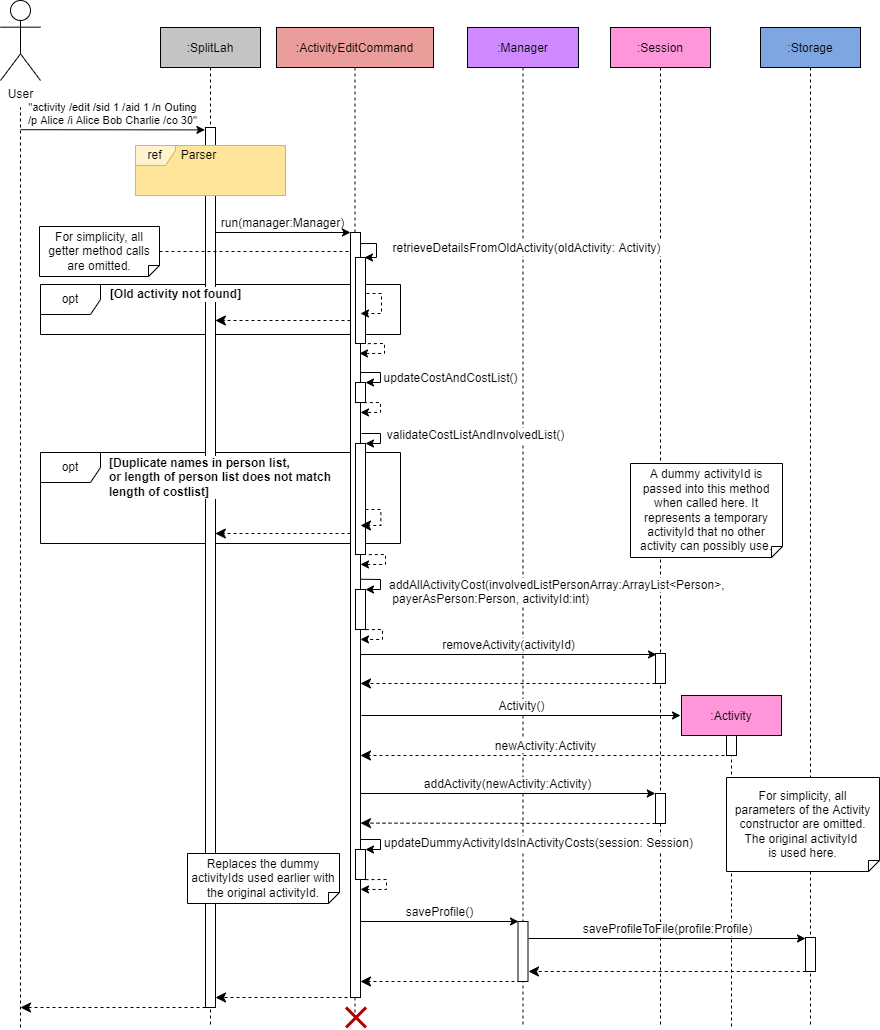
This is docs/images/developerguide/ActivityEditCommand.drawio.png from nus-cs2113-AY2122S2/tp, a draw.io export, as it was before one commit. Source tidied: cells renumbered, new cells last; positions are measured from the earlier drawing's top-left corner, leaving out a move shared by most shapes.
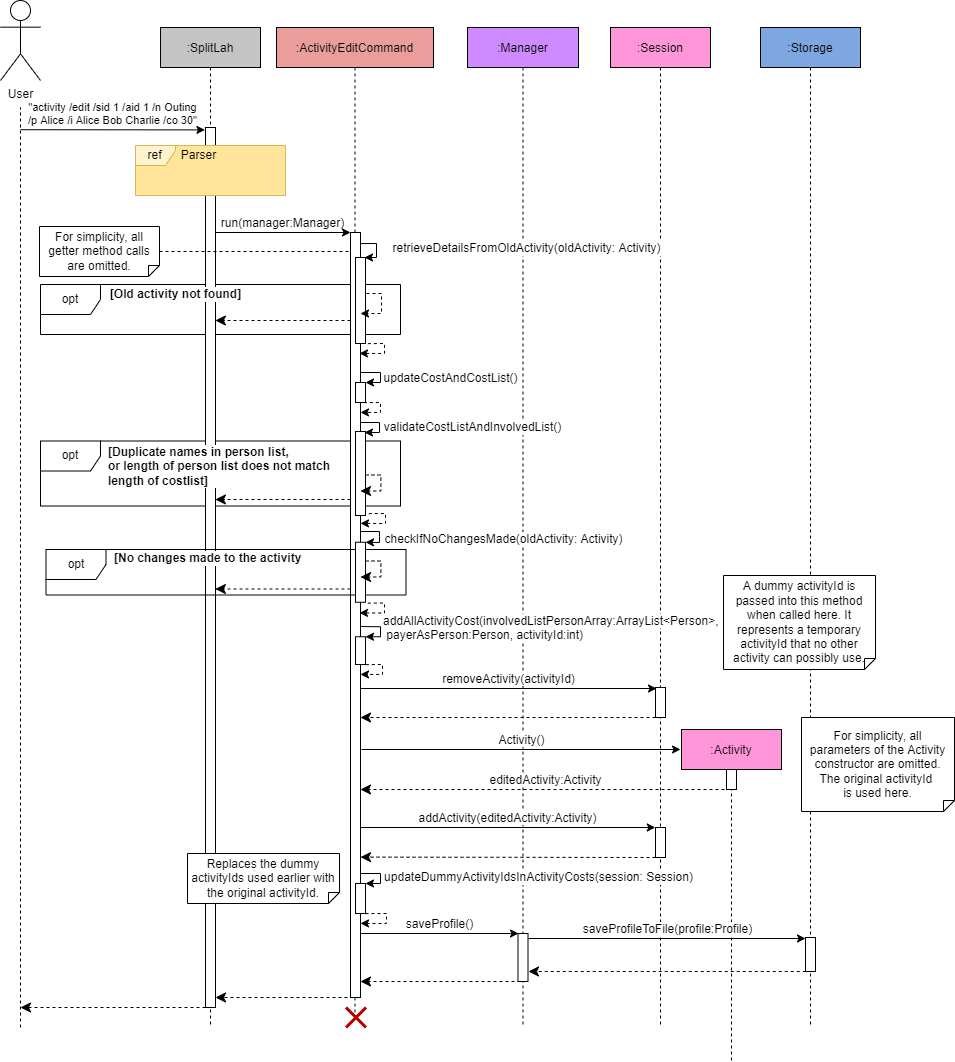
Later version of the same file.

Commit message:
Update sequence diagram

Change to the diagram source:
```diff
@@ -6,7 +6,7 @@
       <mxGeometry x="40" y="284" width="360" height="50" as="geometry" />
     </mxCell>
     <mxCell id="3" value="opt" style="shape=umlFrame;whiteSpace=wrap;html=1;labelBackgroundColor=default;labelBorderColor=none;" parent="1" vertex="1">
-      <mxGeometry x="40" y="452" width="360" height="91" as="geometry" />
+      <mxGeometry x="40" y="440.5" width="360" height="65" as="geometry" />
     </mxCell>
     <mxCell id="4" value=":Session" style="shape=umlLifeline;perimeter=lifelinePerimeter;rounded=0;shadow=0;strokeWidth=1;fillColor=#FF96D9;" parent="1" vertex="1">
       <mxGeometry x="610" y="27" width="100" height="1000" as="geometry" />
@@ -72,19 +72,19 @@
       <mxGeometry x="39" y="226" width="120" height="50" as="geometry" />
     </mxCell>
     <mxCell id="19" value="&lt;span style=&quot;color: rgb(0 , 0 , 0) ; font-family: &amp;#34;helvetica&amp;#34; ; font-size: 12px ; font-style: normal ; font-weight: 400 ; letter-spacing: normal ; text-align: center ; text-indent: 0px ; text-transform: none ; word-spacing: 0px ; background-color: rgb(255 , 255 , 255) ; display: inline ; float: none&quot;&gt;addAllActivityCost&lt;/span&gt;&lt;span style=&quot;color: rgb(0 , 0 , 0) ; font-family: &amp;#34;helvetica&amp;#34; ; font-size: 12px ; font-style: normal ; font-weight: 400 ; letter-spacing: normal ; text-align: center ; text-indent: 0px ; text-transform: none ; word-spacing: 0px ; background-color: rgb(255 , 255 , 255) ; display: inline ; float: none&quot;&gt;(involvedListPersonArray:ArrayList&amp;lt;Person&amp;gt;,&lt;/span&gt;&lt;br style=&quot;color: rgb(0 , 0 , 0) ; font-family: &amp;#34;helvetica&amp;#34; ; font-size: 12px ; font-style: normal ; font-weight: 400 ; letter-spacing: normal ; text-align: center ; text-indent: 0px ; text-transform: none ; word-spacing: 0px ; background-color: rgb(255 , 255 , 255)&quot;&gt;&lt;span style=&quot;color: rgb(0 , 0 , 0) ; font-family: &amp;#34;helvetica&amp;#34; ; font-size: 12px ; font-style: normal ; font-weight: 400 ; letter-spacing: normal ; text-align: center ; text-indent: 0px ; text-transform: none ; word-spacing: 0px ; background-color: rgb(255 , 255 , 255) ; display: inline ; float: none&quot;&gt;&amp;nbsp;payerAsPerson:Person, activityId:int)&lt;/span&gt;" style="text;whiteSpace=wrap;html=1;" parent="1" vertex="1">
-      <mxGeometry x="387" y="571" width="400" height="40" as="geometry" />
+      <mxGeometry x="381" y="607" width="400" height="40" as="geometry" />
     </mxCell>
     <mxCell id="20" value="&lt;b&gt;&lt;font style=&quot;font-size: 12px&quot;&gt;[Old activity not found]&lt;/font&gt;&lt;/b&gt;" style="text;html=1;align=center;verticalAlign=middle;strokeColor=none;fillColor=none;labelBackgroundColor=default;" parent="1" vertex="1">
       <mxGeometry x="100" y="284" width="150" height="20" as="geometry" />
     </mxCell>
     <mxCell id="21" value="&lt;font style=&quot;font-size: 12px&quot;&gt;validateCostListAndInvolvedList()&lt;/font&gt;" style="text;html=1;align=center;verticalAlign=middle;strokeColor=none;fillColor=none;fontSize=9;labelBorderColor=none;labelBackgroundColor=default;" parent="1" vertex="1">
-      <mxGeometry x="381" y="427" width="187" height="16" as="geometry" />
+      <mxGeometry x="378" y="419" width="187" height="16" as="geometry" />
     </mxCell>
     <mxCell id="22" value="A dummy activityId is passed into this method when called here. It represents a temporary activityId that no other activity can possibly use." style="shape=note;size=11;whiteSpace=wrap;html=1;flipV=1;" parent="1" vertex="1">
-      <mxGeometry x="630" y="463" width="152" height="94" as="geometry" />
+      <mxGeometry x="723" y="575" width="152" height="94" as="geometry" />
     </mxCell>
     <mxCell id="23" style="html=1;perimeter=orthogonalPerimeter;rounded=0;" parent="1" vertex="1">
-      <mxGeometry x="517.5" y="921" width="10" height="60" as="geometry" />
+      <mxGeometry x="517.5" y="933" width="10" height="48" as="geometry" />
     </mxCell>
     <mxCell id="24" style="html=1;verticalAlign=bottom;endArrow=classic;dashed=1;endSize=8;rounded=0;fontSize=10;endFill=1;" parent="1" edge="1">
       <mxGeometry relative="1" as="geometry">
@@ -94,57 +94,57 @@
     </mxCell>
     <mxCell id="25" value="&lt;font style=&quot;font-size: 12px;&quot;&gt;saveProfile()&lt;/font&gt;" style="html=1;verticalAlign=bottom;endArrow=classic;rounded=0;fontSize=10;exitX=1;exitY=0.102;exitDx=0;exitDy=0;exitPerimeter=0;endFill=1;labelBackgroundColor=default;" parent="1" edge="1">
       <mxGeometry relative="1" as="geometry">
-        <mxPoint x="360" y="921" as="sourcePoint" />
-        <mxPoint x="518" y="921" as="targetPoint" />
+        <mxPoint x="360" y="933" as="sourcePoint" />
+        <mxPoint x="518" y="933" as="targetPoint" />
       </mxGeometry>
     </mxCell>
-    <mxCell id="26" value="addActivity(newActivity:Activity)" style="html=1;verticalAlign=bottom;endArrow=classic;rounded=0;fontSize=12;exitX=1;exitY=0.102;exitDx=0;exitDy=0;exitPerimeter=0;endFill=1;entryX=-0.019;entryY=0.008;entryDx=0;entryDy=0;entryPerimeter=0;" parent="1" edge="1">
+    <mxCell id="26" value="addActivity(editedActivity:Activity)" style="html=1;verticalAlign=bottom;endArrow=classic;rounded=0;fontSize=12;exitX=1;exitY=0.102;exitDx=0;exitDy=0;exitPerimeter=0;endFill=1;entryX=-0.019;entryY=0.008;entryDx=0;entryDy=0;entryPerimeter=0;" parent="1" edge="1">
       <mxGeometry relative="1" as="geometry">
-        <mxPoint x="360" y="793" as="sourcePoint" />
-        <mxPoint x="654.8" y="793" as="targetPoint" />
+        <mxPoint x="360" y="827" as="sourcePoint" />
+        <mxPoint x="654.8" y="827" as="targetPoint" />
       </mxGeometry>
     </mxCell>
     <mxCell id="27" style="html=1;verticalAlign=bottom;endArrow=classic;dashed=1;endSize=8;rounded=0;fontSize=10;endFill=1;entryX=1.062;entryY=0.426;entryDx=0;entryDy=0;entryPerimeter=0;" parent="1" edge="1">
       <mxGeometry relative="1" as="geometry">
-        <mxPoint x="655" y="823" as="sourcePoint" />
-        <mxPoint x="360" y="822.6" as="targetPoint" />
+        <mxPoint x="655" y="857" as="sourcePoint" />
+        <mxPoint x="360" y="856.6" as="targetPoint" />
       </mxGeometry>
     </mxCell>
     <mxCell id="28" style="html=1;perimeter=orthogonalPerimeter;fontSize=12;" parent="1" vertex="1">
-      <mxGeometry x="655" y="793" width="10" height="30" as="geometry" />
+      <mxGeometry x="655" y="827" width="10" height="30" as="geometry" />
     </mxCell>
     <mxCell id="29" value="&lt;font style=&quot;font-size: 12px&quot;&gt;Activity()&lt;/font&gt;" style="html=1;verticalAlign=bottom;endArrow=classic;rounded=0;endFill=1;exitX=1.056;exitY=0.486;exitDx=0;exitDy=0;exitPerimeter=0;" parent="1" edge="1">
       <mxGeometry relative="1" as="geometry">
-        <mxPoint x="361" y="715" as="sourcePoint" />
-        <mxPoint x="680" y="715" as="targetPoint" />
+        <mxPoint x="361" y="749" as="sourcePoint" />
+        <mxPoint x="680" y="749" as="targetPoint" />
       </mxGeometry>
     </mxCell>
     <mxCell id="30" value=":Activity" style="shape=umlLifeline;perimeter=lifelinePerimeter;rounded=0;shadow=0;strokeWidth=1;fillColor=#FF96D9;" parent="1" vertex="1">
-      <mxGeometry x="681" y="695" width="100" height="332" as="geometry" />
+      <mxGeometry x="681" y="729" width="100" height="332" as="geometry" />
     </mxCell>
-    <mxCell id="31" value="&lt;font style=&quot;font-size: 12px&quot;&gt;newActivity:Activity&lt;/font&gt;" style="html=1;verticalAlign=bottom;endArrow=classic;dashed=1;endSize=8;rounded=0;fontSize=10;endFill=1;entryX=1.079;entryY=0.536;entryDx=0;entryDy=0;entryPerimeter=0;" parent="1" edge="1">
+    <mxCell id="31" value="&lt;font style=&quot;font-size: 12px&quot;&gt;editedActivity:Activity&lt;/font&gt;" style="html=1;verticalAlign=bottom;endArrow=classic;dashed=1;endSize=8;rounded=0;fontSize=10;endFill=1;entryX=1.079;entryY=0.536;entryDx=0;entryDy=0;entryPerimeter=0;" parent="1" edge="1">
       <mxGeometry relative="1" as="geometry">
-        <mxPoint x="730" y="755" as="sourcePoint" />
-        <mxPoint x="360" y="755" as="targetPoint" />
+        <mxPoint x="730" y="789" as="sourcePoint" />
+        <mxPoint x="360" y="789" as="targetPoint" />
       </mxGeometry>
     </mxCell>
     <mxCell id="32" style="html=1;perimeter=orthogonalPerimeter;rounded=0;" parent="1" vertex="1">
-      <mxGeometry x="726" y="735" width="10" height="20" as="geometry" />
+      <mxGeometry x="726" y="769" width="10" height="20" as="geometry" />
     </mxCell>
     <mxCell id="33" value="removeActivity(activityId)" style="html=1;verticalAlign=bottom;endArrow=classic;rounded=0;fontSize=12;exitX=1;exitY=0.102;exitDx=0;exitDy=0;exitPerimeter=0;endFill=1;entryX=-0.019;entryY=0.008;entryDx=0;entryDy=0;entryPerimeter=0;" parent="1" edge="1">
       <mxGeometry relative="1" as="geometry">
-        <mxPoint x="360" y="654" as="sourcePoint" />
-        <mxPoint x="656" y="654" as="targetPoint" />
+        <mxPoint x="360" y="688" as="sourcePoint" />
+        <mxPoint x="656" y="688" as="targetPoint" />
       </mxGeometry>
     </mxCell>
     <mxCell id="34" style="html=1;verticalAlign=bottom;endArrow=classic;dashed=1;endSize=8;rounded=0;fontSize=10;endFill=1;entryX=0.972;entryY=0.447;entryDx=0;entryDy=0;entryPerimeter=0;" parent="1" edge="1">
       <mxGeometry relative="1" as="geometry">
-        <mxPoint x="655" y="683" as="sourcePoint" />
-        <mxPoint x="360" y="683" as="targetPoint" />
+        <mxPoint x="655" y="717" as="sourcePoint" />
+        <mxPoint x="360" y="717" as="targetPoint" />
       </mxGeometry>
     </mxCell>
     <mxCell id="35" style="html=1;perimeter=orthogonalPerimeter;fontSize=12;" parent="1" vertex="1">
-      <mxGeometry x="655" y="653" width="10" height="30" as="geometry" />
+      <mxGeometry x="655" y="687" width="10" height="30" as="geometry" />
     </mxCell>
     <mxCell id="36" style="endArrow=classic;html=1;rounded=0;exitX=0.836;exitY=1.006;exitDx=0;exitDy=0;exitPerimeter=0;dashed=1;align=left;fontSize=12;entryX=1;entryY=0.055;entryDx=0;entryDy=0;entryPerimeter=0;" parent="1" edge="1">
       <mxGeometry x="-0.05" y="4" relative="1" as="geometry">
@@ -158,24 +158,24 @@
     </mxCell>
     <mxCell id="37" style="endArrow=classic;html=1;rounded=0;exitX=0.836;exitY=1.006;exitDx=0;exitDy=0;exitPerimeter=0;dashed=1;align=left;fontSize=12;entryX=1;entryY=0.055;entryDx=0;entryDy=0;entryPerimeter=0;" parent="1" edge="1">
       <mxGeometry x="-0.05" y="4" relative="1" as="geometry">
-        <mxPoint x="365.4" y="629.1" as="sourcePoint" />
-        <mxPoint x="360" y="638.9" as="targetPoint" />
+        <mxPoint x="365.4" y="664.1" as="sourcePoint" />
+        <mxPoint x="360" y="673.9" as="targetPoint" />
         <Array as="points">
-          <mxPoint x="382" y="629" />
-          <mxPoint x="382" y="639" />
+          <mxPoint x="382" y="664" />
+          <mxPoint x="382" y="674" />
         </Array>
       </mxGeometry>
     </mxCell>
     <mxCell id="38" value="&lt;b&gt;[Duplicate names in person list,&lt;br&gt;or length of person list does not match&lt;br&gt;length of costlist]&lt;/b&gt;" style="text;html=1;align=left;verticalAlign=middle;strokeColor=none;fillColor=none;labelBackgroundColor=default;" parent="1" vertex="1">
-      <mxGeometry x="107" y="452" width="240" height="50" as="geometry" />
+      <mxGeometry x="105.5" y="440.5" width="240" height="50" as="geometry" />
     </mxCell>
     <mxCell id="39" style="endArrow=classic;html=1;rounded=0;exitX=0.836;exitY=1.006;exitDx=0;exitDy=0;exitPerimeter=0;dashed=1;align=left;fontSize=12;entryX=1;entryY=0.055;entryDx=0;entryDy=0;entryPerimeter=0;" parent="1" edge="1">
       <mxGeometry x="-0.05" y="4" relative="1" as="geometry">
-        <mxPoint x="368.4" y="554.1" as="sourcePoint" />
-        <mxPoint x="360" y="563.9" as="targetPoint" />
+        <mxPoint x="368.4" y="513.1" as="sourcePoint" />
+        <mxPoint x="360" y="522.9" as="targetPoint" />
         <Array as="points">
-          <mxPoint x="385" y="554" />
-          <mxPoint x="385" y="564" />
+          <mxPoint x="385" y="513" />
+          <mxPoint x="385" y="523" />
         </Array>
       </mxGeometry>
     </mxCell>
@@ -244,50 +244,50 @@
       <mxGeometry x="378" y="370" width="144" height="16" as="geometry" />
     </mxCell>
     <mxCell id="54" style="rounded=0;whiteSpace=wrap;html=1;" parent="1" vertex="1">
-      <mxGeometry x="355" y="443" width="10" height="111" as="geometry" />
+      <mxGeometry x="355" y="431" width="10" height="84" as="geometry" />
     </mxCell>
     <mxCell id="55" style="endArrow=classic;html=1;rounded=0;entryX=1;entryY=0;entryDx=0;entryDy=0;" parent="1" edge="1">
       <mxGeometry relative="1" as="geometry">
-        <mxPoint x="361" y="433" as="sourcePoint" />
-        <mxPoint x="365" y="443" as="targetPoint" />
+        <mxPoint x="360" y="422" as="sourcePoint" />
+        <mxPoint x="364" y="432" as="targetPoint" />
         <Array as="points">
-          <mxPoint x="380" y="433" />
-          <mxPoint x="380" y="443" />
+          <mxPoint x="379" y="422" />
+          <mxPoint x="379" y="432" />
         </Array>
       </mxGeometry>
     </mxCell>
     <mxCell id="56" style="rounded=0;whiteSpace=wrap;html=1;" parent="1" vertex="1">
-      <mxGeometry x="355" y="589" width="10" height="40" as="geometry" />
+      <mxGeometry x="355" y="636.2" width="10" height="27.8" as="geometry" />
     </mxCell>
     <mxCell id="57" style="endArrow=classic;html=1;rounded=0;entryX=1;entryY=0;entryDx=0;entryDy=0;exitX=1.035;exitY=0.317;exitDx=0;exitDy=0;exitPerimeter=0;" parent="1" edge="1" target="56">
       <mxGeometry relative="1" as="geometry">
-        <mxPoint x="360.3" y="578.7" as="sourcePoint" />
+        <mxPoint x="360.3" y="626" as="sourcePoint" />
         <Array as="points">
-          <mxPoint x="380" y="579" />
-          <mxPoint x="380" y="589" />
+          <mxPoint x="380" y="626.2" />
+          <mxPoint x="380" y="636.2" />
         </Array>
       </mxGeometry>
     </mxCell>
     <mxCell id="58" style="html=1;verticalAlign=bottom;endArrow=classic;dashed=1;endSize=8;rounded=0;fontSize=10;exitX=0.028;exitY=0.993;exitDx=0;exitDy=0;exitPerimeter=0;endFill=1;entryX=1.085;entryY=0.329;entryDx=0;entryDy=0;entryPerimeter=0;" parent="1" edge="1">
       <mxGeometry relative="1" as="geometry">
-        <mxPoint x="350" y="533" as="sourcePoint" />
-        <mxPoint x="214.9" y="533" as="targetPoint" />
+        <mxPoint x="350" y="499" as="sourcePoint" />
+        <mxPoint x="214.9" y="499" as="targetPoint" />
       </mxGeometry>
     </mxCell>
     <mxCell id="59" style="rounded=0;whiteSpace=wrap;html=1;" parent="1" vertex="1">
-      <mxGeometry x="355" y="849" width="10" height="30" as="geometry" />
+      <mxGeometry x="355" y="883" width="10" height="30" as="geometry" />
     </mxCell>
     <mxCell id="60" style="endArrow=classic;html=1;rounded=0;entryX=1;entryY=0;entryDx=0;entryDy=0;" parent="1" edge="1" target="59">
       <mxGeometry relative="1" as="geometry">
-        <mxPoint x="360" y="839" as="sourcePoint" />
+        <mxPoint x="360" y="873" as="sourcePoint" />
         <Array as="points">
-          <mxPoint x="380" y="839" />
-          <mxPoint x="380" y="849" />
+          <mxPoint x="380" y="873" />
+          <mxPoint x="380" y="883" />
         </Array>
       </mxGeometry>
     </mxCell>
     <mxCell id="61" value="&lt;span style=&quot;font-size: 12px&quot;&gt;updateDummyActivityIdsInActivityCosts(session: Session)&lt;/span&gt;" style="text;html=1;align=center;verticalAlign=middle;strokeColor=none;fillColor=none;fontSize=9;labelBackgroundColor=default;" parent="1" vertex="1">
-      <mxGeometry x="378" y="833" width="320" height="20" as="geometry" />
+      <mxGeometry x="378" y="867" width="320" height="20" as="geometry" />
     </mxCell>
     <mxCell id="62" value="&lt;font style=&quot;font-size: 12px&quot;&gt;retrieveDetailsFromOldActivity(oldActivity: Activity)&lt;/font&gt;" style="text;html=1;align=center;verticalAlign=middle;strokeColor=none;fillColor=none;labelBackgroundColor=default;" parent="1" vertex="1">
       <mxGeometry x="387" y="239" width="277" height="18" as="geometry" />
@@ -310,11 +310,11 @@
     </mxCell>
     <mxCell id="65" style="html=1;verticalAlign=bottom;endArrow=classic;dashed=1;endSize=8;rounded=0;fontSize=10;endFill=1;entryX=1.063;entryY=0.419;entryDx=0;entryDy=0;entryPerimeter=0;exitX=0.999;exitY=0.937;exitDx=0;exitDy=0;exitPerimeter=0;" parent="1" edge="1">
       <mxGeometry relative="1" as="geometry">
-        <mxPoint x="365" y="509" as="sourcePoint" />
-        <mxPoint x="360" y="525" as="targetPoint" />
+        <mxPoint x="365" y="474.5" as="sourcePoint" />
+        <mxPoint x="360" y="490.5" as="targetPoint" />
         <Array as="points">
-          <mxPoint x="380.4" y="509" />
-          <mxPoint x="380.4" y="525" />
+          <mxPoint x="380.4" y="474.5" />
+          <mxPoint x="380.4" y="490.5" />
         </Array>
       </mxGeometry>
     </mxCell>
@@ -328,17 +328,65 @@
       </mxGeometry>
     </mxCell>
     <mxCell id="68" value="&lt;div&gt;For simplicity, all parameters of the Activity constructor are omitted.&lt;br&gt;&lt;/div&gt;&lt;div&gt;The original activityId&amp;nbsp;&lt;/div&gt;&lt;div&gt;is used here&lt;span&gt;.&lt;/span&gt;&lt;/div&gt;" style="shape=note;size=11;whiteSpace=wrap;html=1;flipV=1;" parent="1" vertex="1">
-      <mxGeometry x="726" y="777" width="153" height="94" as="geometry" />
+      <mxGeometry x="801" y="717" width="153" height="94" as="geometry" />
     </mxCell>
     <mxCell id="69" style="endArrow=classic;html=1;rounded=0;exitX=0.836;exitY=1.006;exitDx=0;exitDy=0;exitPerimeter=0;dashed=1;align=left;fontSize=12;entryX=1;entryY=0.055;entryDx=0;entryDy=0;entryPerimeter=0;" parent="1" edge="1">
       <mxGeometry x="-0.05" y="4" relative="1" as="geometry">
-        <mxPoint x="365" y="879.1" as="sourcePoint" />
-        <mxPoint x="360" y="888.9" as="targetPoint" />
+        <mxPoint x="365" y="913.1" as="sourcePoint" />
+        <mxPoint x="360" y="922.9" as="targetPoint" />
         <Array as="points">
-          <mxPoint x="386" y="879" />
-          <mxPoint x="386" y="889" />
+          <mxPoint x="386" y="913" />
+          <mxPoint x="386" y="923" />
         </Array>
       </mxGeometry>
     </mxCell>
+    <mxCell id="70" value="opt" style="shape=umlFrame;whiteSpace=wrap;html=1;labelBackgroundColor=default;labelBorderColor=none;" parent="1" vertex="1">
+      <mxGeometry x="45.5" y="549" width="360" height="45.5" as="geometry" />
+    </mxCell>
+    <mxCell id="71" value="&lt;b&gt;[No changes made to the activity&lt;/b&gt;" style="text;html=1;align=left;verticalAlign=middle;strokeColor=none;fillColor=none;labelBackgroundColor=default;" parent="1" vertex="1">
+      <mxGeometry x="111.5" y="549" width="197" height="18" as="geometry" />
+    </mxCell>
+    <mxCell id="72" style="endArrow=classic;html=1;rounded=0;exitX=0.836;exitY=1.006;exitDx=0;exitDy=0;exitPerimeter=0;dashed=1;align=left;fontSize=12;entryX=1;entryY=0.055;entryDx=0;entryDy=0;entryPerimeter=0;" parent="1" edge="1">
+      <mxGeometry x="-0.05" y="4" relative="1" as="geometry">
+        <mxPoint x="367.4" y="602.6" as="sourcePoint" />
+        <mxPoint x="359" y="612.4" as="targetPoint" />
+        <Array as="points">
+          <mxPoint x="384" y="602.5" />
+          <mxPoint x="384" y="612.5" />
+        </Array>
+      </mxGeometry>
+    </mxCell>
+    <mxCell id="73" style="rounded=0;whiteSpace=wrap;html=1;" parent="1" vertex="1">
+      <mxGeometry x="355" y="541.8" width="10" height="60" as="geometry" />
+    </mxCell>
+    <mxCell id="74" style="endArrow=classic;html=1;rounded=0;entryX=1;entryY=0;entryDx=0;entryDy=0;" parent="1" edge="1" target="73">
+      <mxGeometry relative="1" as="geometry">
+        <mxPoint x="360" y="531" as="sourcePoint" />
+        <Array as="points">
+          <mxPoint x="379" y="531" />
+          <mxPoint x="379" y="536" />
+          <mxPoint x="379" y="542" />
+        </Array>
+      </mxGeometry>
+    </mxCell>
+    <mxCell id="75" style="html=1;verticalAlign=bottom;endArrow=classic;dashed=1;endSize=8;rounded=0;fontSize=10;exitX=0.028;exitY=0.993;exitDx=0;exitDy=0;exitPerimeter=0;endFill=1;entryX=1.085;entryY=0.329;entryDx=0;entryDy=0;entryPerimeter=0;" parent="1" edge="1">
+      <mxGeometry relative="1" as="geometry">
+        <mxPoint x="350" y="588.5" as="sourcePoint" />
+        <mxPoint x="214.8" y="588.5" as="targetPoint" />
+      </mxGeometry>
+    </mxCell>
+    <mxCell id="76" style="html=1;verticalAlign=bottom;endArrow=classic;dashed=1;endSize=8;rounded=0;fontSize=10;endFill=1;entryX=1.063;entryY=0.419;entryDx=0;entryDy=0;entryPerimeter=0;exitX=0.999;exitY=0.937;exitDx=0;exitDy=0;exitPerimeter=0;" parent="1" edge="1">
+      <mxGeometry relative="1" as="geometry">
+        <mxPoint x="365" y="560.5" as="sourcePoint" />
+        <mxPoint x="360" y="576.5" as="targetPoint" />
+        <Array as="points">
+          <mxPoint x="380.4" y="560.5" />
+          <mxPoint x="380.4" y="576.5" />
+        </Array>
+      </mxGeometry>
+    </mxCell>
+    <mxCell id="77" value="&lt;font style=&quot;font-size: 12px&quot;&gt;checkIfNoChangesMade(oldActivity: Activity)&lt;/font&gt;" style="text;html=1;align=center;verticalAlign=middle;strokeColor=none;fillColor=none;fontSize=9;labelBorderColor=none;labelBackgroundColor=default;" parent="1" vertex="1">
+      <mxGeometry x="378" y="529" width="250" height="20" as="geometry" />
+    </mxCell>
   </root>
 </mxGraphModel>
```
